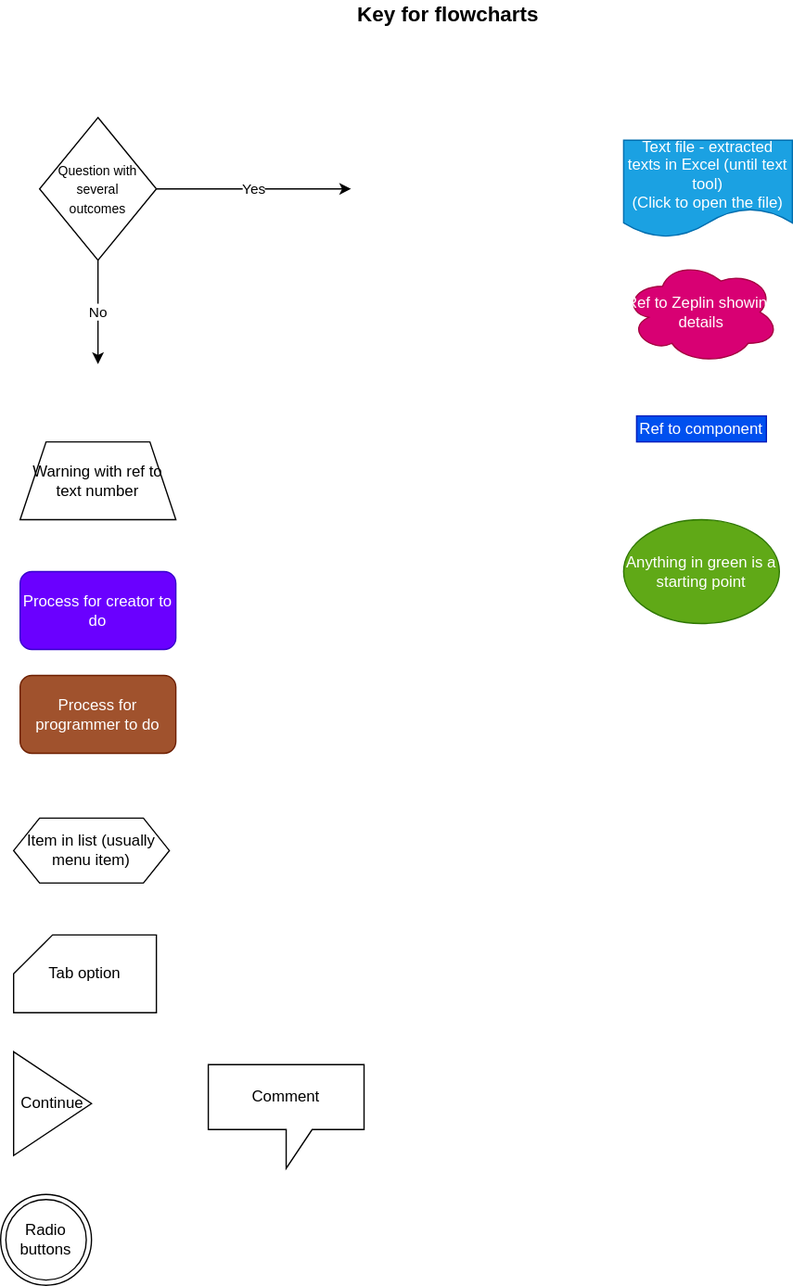
Before: key.drawio.svg, a diagram exported from draw.io (ji-devs/ji-cloud-flowcharts). Source tidied: cells renumbered, new cells last; positions are measured from the earlier drawing's top-left corner, leaving out a move shared by most shapes.
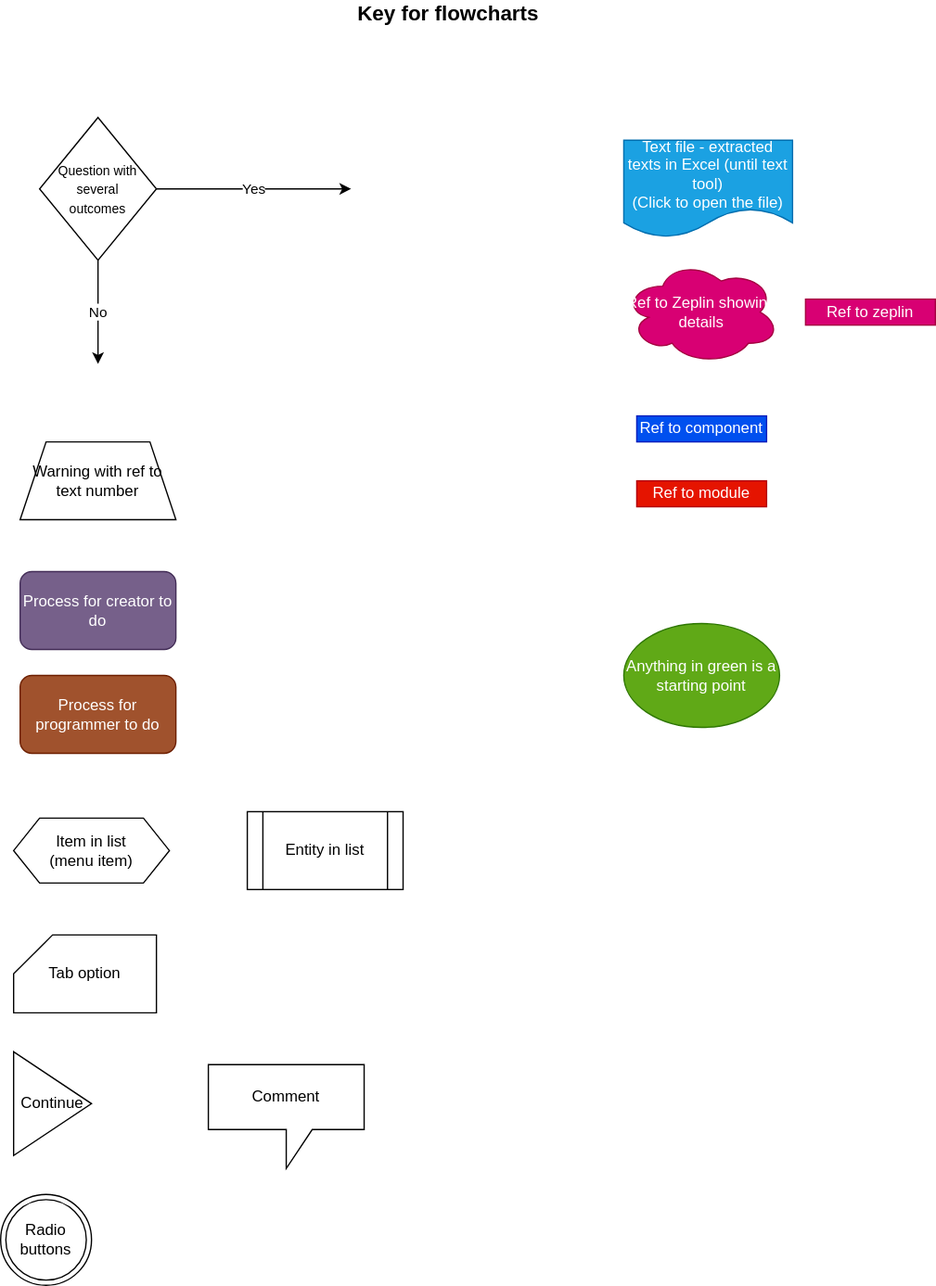
After the change.

Commit message:
updated according to David's recommendation

Diff of the diagram source:
```diff
@@ -36,7 +36,7 @@
     <mxCell id="9" value="Ref to component" style="text;html=1;strokeColor=#001DBC;fillColor=#0050ef;align=center;verticalAlign=middle;whiteSpace=wrap;rounded=0;fontColor=#ffffff;" parent="1" vertex="1">
       <mxGeometry x="490" y="320" width="100" height="20" as="geometry" />
     </mxCell>
-    <mxCell id="10" value="Process for creator to do" style="rounded=1;whiteSpace=wrap;html=1;fillColor=#6a00ff;strokeColor=#3700CC;fontColor=#ffffff;" parent="1" vertex="1">
+    <mxCell id="10" value="Process for creator to do" style="rounded=1;whiteSpace=wrap;html=1;fillColor=#76608a;strokeColor=#432D57;fontColor=#ffffff;" parent="1" vertex="1">
       <mxGeometry x="15" y="440" width="120" height="60" as="geometry" />
     </mxCell>
     <mxCell id="11" value="Process for programmer to do" style="rounded=1;whiteSpace=wrap;html=1;fillColor=#a0522d;strokeColor=#6D1F00;fontColor=#ffffff;" parent="1" vertex="1">
@@ -51,14 +51,23 @@
     <mxCell id="14" value="Radio buttons" style="ellipse;shape=doubleEllipse;whiteSpace=wrap;html=1;" parent="1" vertex="1">
       <mxGeometry y="920" width="70" height="70" as="geometry" />
     </mxCell>
-    <mxCell id="15" value="Item in list (usually menu item)" style="shape=hexagon;perimeter=hexagonPerimeter2;whiteSpace=wrap;html=1;fixedSize=1;" parent="1" vertex="1">
+    <mxCell id="15" value="Item in list &lt;br&gt;(menu item)" style="shape=hexagon;perimeter=hexagonPerimeter2;whiteSpace=wrap;html=1;fixedSize=1;" parent="1" vertex="1">
       <mxGeometry x="10" y="630" width="120" height="50" as="geometry" />
     </mxCell>
     <mxCell id="16" value="Comment" style="shape=callout;whiteSpace=wrap;html=1;perimeter=calloutPerimeter;" parent="1" vertex="1">
       <mxGeometry x="160" y="820" width="120" height="80" as="geometry" />
     </mxCell>
     <mxCell id="17" value="Anything in green is a starting point" style="ellipse;whiteSpace=wrap;html=1;fillColor=#60a917;strokeColor=#2D7600;fontColor=#ffffff;" parent="1" vertex="1">
-      <mxGeometry x="480" y="400" width="120" height="80" as="geometry" />
+      <mxGeometry x="480" y="480" width="120" height="80" as="geometry" />
     </mxCell>
+    <mxCell id="18" value="Ref to zeplin" style="text;html=1;strokeColor=#A50040;fillColor=#d80073;align=center;verticalAlign=middle;whiteSpace=wrap;rounded=0;fontColor=#ffffff;" parent="1" vertex="1">
+      <mxGeometry x="620" y="230" width="100" height="20" as="geometry" />
+    </mxCell>
+    <mxCell id="19" value="Entity in list" style="shape=process;whiteSpace=wrap;html=1;backgroundOutline=1;" parent="1" vertex="1">
+      <mxGeometry x="190" y="625" width="120" height="60" as="geometry" />
+    </mxCell>
+    <mxCell id="20" value="Ref to module" style="text;html=1;strokeColor=#B20000;fillColor=#e51400;align=center;verticalAlign=middle;whiteSpace=wrap;rounded=0;fontColor=#ffffff;" parent="1" vertex="1">
+      <mxGeometry x="490" y="370" width="100" height="20" as="geometry" />
+    </mxCell>
   </root>
 </mxGraphModel>
```
